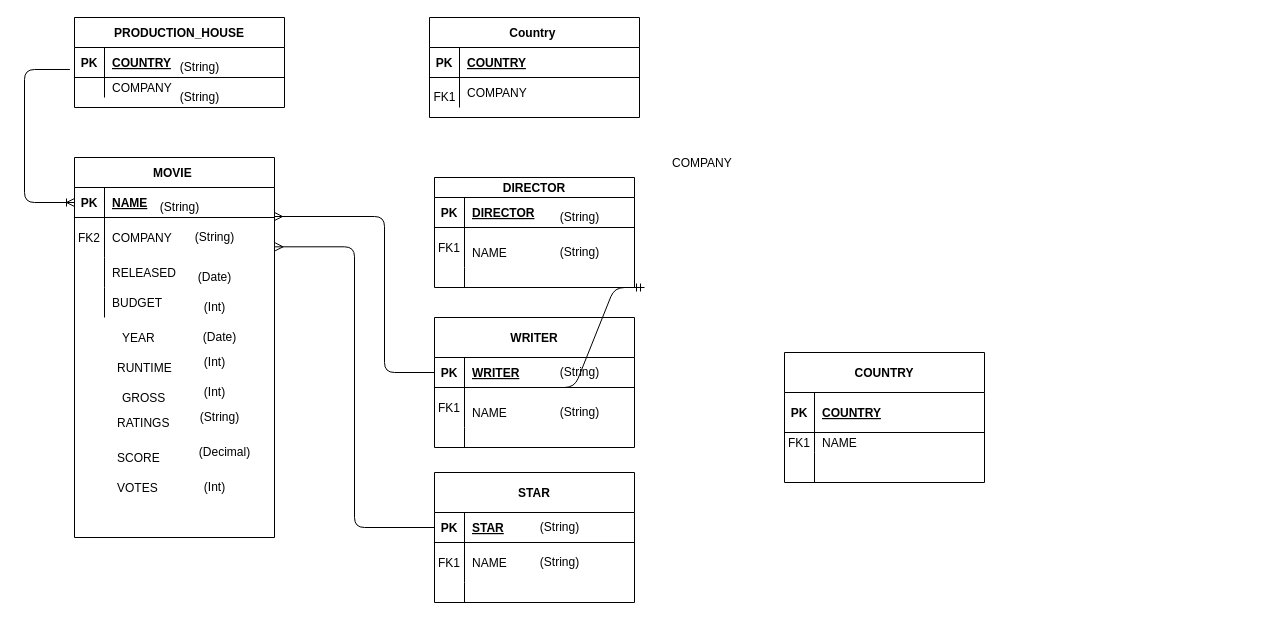
Above: Untitled Diagram.drawio in ashlesha10/66daysofdata (draw.io), before the change. Source tidied: cells renumbered, new cells numbered last; positions are measured from the earlier drawing's top-left corner, leaving out a move shared by most shapes. Both pictures are drawn from the tidied source at 100%, with x=0, y=0 at pixel (24, 17).
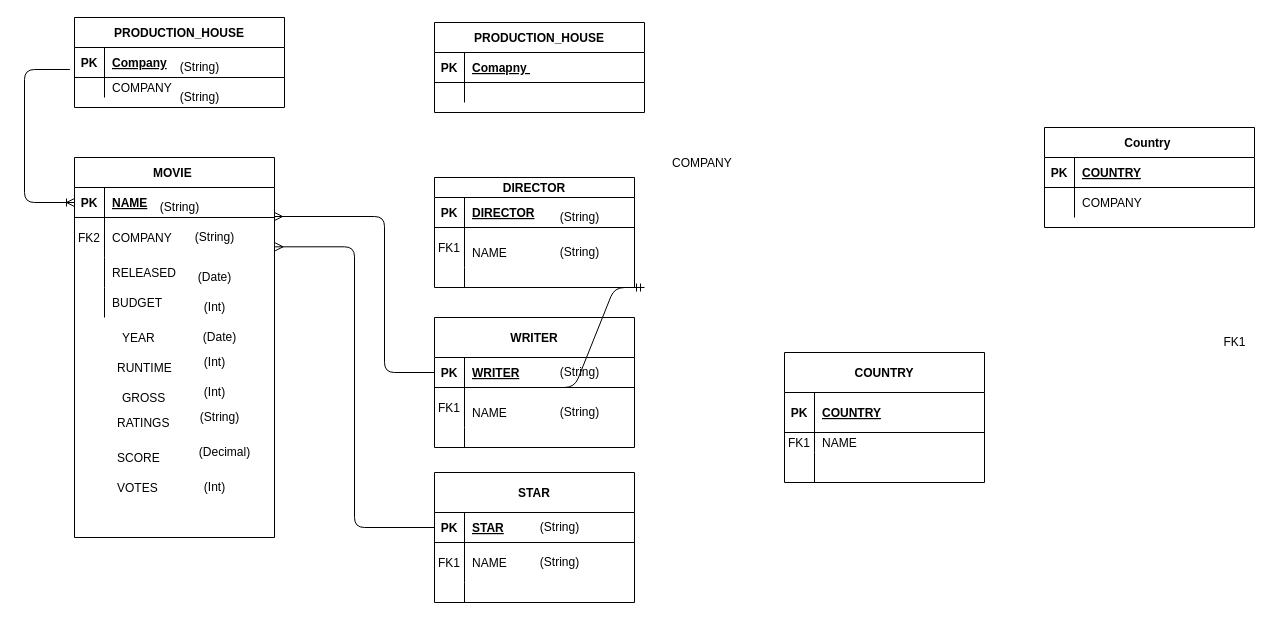
The same diagram, later.

The change refers to these unchanged cells:
```xml
<mxCell id="23" style="shape=partialRectangle;fillColor=none;points=[[0,0.5],[1,0.5]];portConstraint=eastwest;top=0;left=0;right=0;bottom=1;" parent="22" vertex="1">
  <mxGeometry y="30" width="210" height="30" as="geometry" />
</mxCell>
```

What changed in the source:
```diff
@@
-    <mxCell id="25" value="COUNTRY" style="shape=partialRectangle;overflow=hidden;fillColor=none;top=0;left=0;bottom=0;right=0;align=left;spacingLeft=6;fontStyle=5;" parent="23" vertex="1">
+    <mxCell id="25" value="Company" style="shape=partialRectangle;overflow=hidden;fillColor=none;top=0;left=0;bottom=0;right=0;align=left;spacingLeft=6;fontStyle=5;" parent="23" vertex="1">
       <mxGeometry x="30" width="180" height="30" as="geometry" />
     </mxCell>
@@
     <mxCell id="94" value="Country " style="shape=table;startSize=30;childLayout=tableLayout;rowLines=0;fontStyle=1;align=center;" parent="1" vertex="1">
-      <mxGeometry x="405" width="210" height="100" as="geometry" />
+      <mxGeometry x="1020" y="110" width="210" height="100" as="geometry" />
     </mxCell>
@@
     <mxCell id="101" value="FK1" style="text;html=1;align=center;verticalAlign=middle;" parent="1" vertex="1">
-      <mxGeometry x="400" y="70" width="40" height="20" as="geometry" />
+      <mxGeometry x="1190" y="315" width="40" height="20" as="geometry" />
     </mxCell>
+    <mxCell id="102" value="PRODUCTION_HOUSE" style="shape=table;startSize=30;childLayout=tableLayout;rowLines=0;fontStyle=1;align=center;" parent="1" vertex="1">
+      <mxGeometry x="410" y="5" width="210" height="90" as="geometry" />
+    </mxCell>
+    <mxCell id="103" style="shape=partialRectangle;fillColor=none;top=0;left=0;right=0;bottom=1;" parent="102" vertex="1">
+      <mxGeometry y="30" width="210" height="30" as="geometry" />
+    </mxCell>
+    <mxCell id="104" value="PK" style="shape=partialRectangle;overflow=hidden;fillColor=none;top=0;left=0;bottom=0;right=0;fontStyle=1;" parent="103" vertex="1">
+      <mxGeometry width="30" height="30" as="geometry" />
+    </mxCell>
+    <mxCell id="105" value="Comapny " style="shape=partialRectangle;overflow=hidden;fillColor=none;top=0;left=0;bottom=0;right=0;align=left;spacingLeft=6;fontStyle=5;" parent="103" vertex="1">
+      <mxGeometry x="30" width="180" height="30" as="geometry" />
+    </mxCell>
+    <mxCell id="106" style="shape=partialRectangle;fillColor=none;top=0;left=0;right=0;bottom=0;" parent="102" vertex="1">
+      <mxGeometry y="60" width="210" height="20" as="geometry" />
+    </mxCell>
+    <mxCell id="107" style="shape=partialRectangle;overflow=hidden;fillColor=none;top=0;left=0;bottom=0;right=0;" parent="106" vertex="1">
+      <mxGeometry width="30" height="20" as="geometry" />
+    </mxCell>
+    <mxCell id="108" style="shape=partialRectangle;overflow=hidden;fillColor=none;top=0;left=0;bottom=0;right=0;align=left;spacingLeft=6;" parent="106" vertex="1">
+      <mxGeometry x="30" width="180" height="20" as="geometry" />
+    </mxCell>
```
